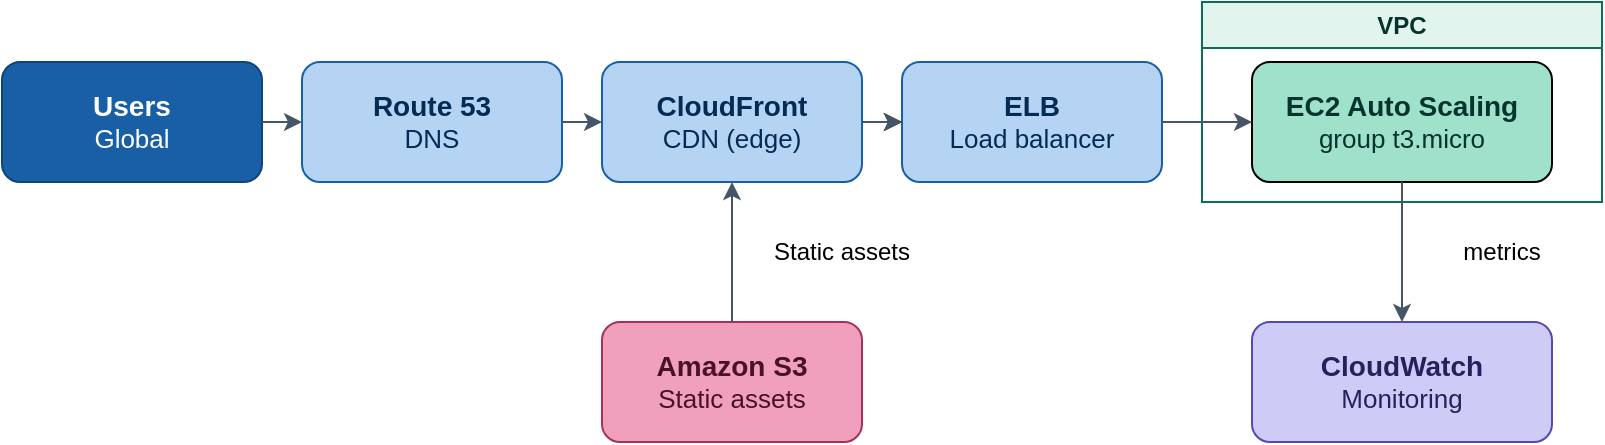
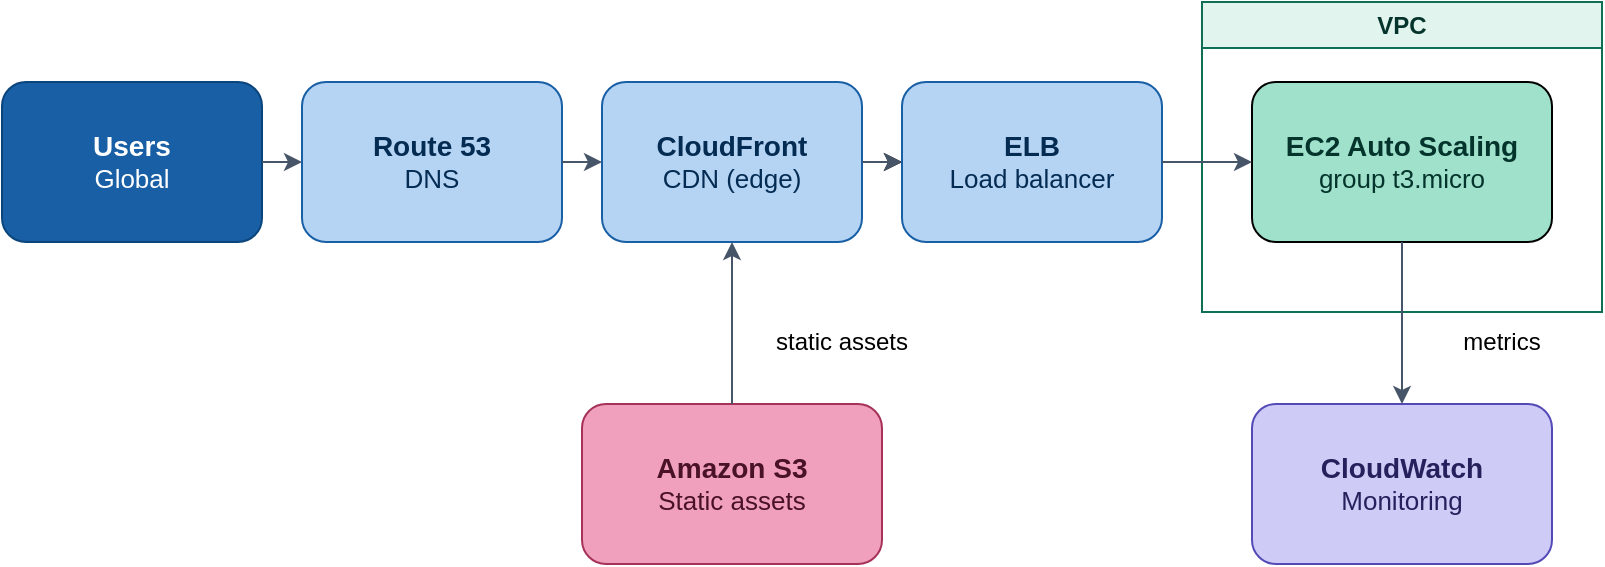
<mxfile host="app.diagrams.net">
  <diagram name="Page-1" id="qIo0-vvSRd3SQ2zAkJ58">
    <mxGraphModel dx="1174" dy="635" grid="1" gridSize="10" guides="1" tooltips="1" connect="1" arrows="1" fold="1" page="1" pageScale="1" pageWidth="850" pageHeight="1100" math="0" shadow="0">
      <root>
        <mxCell id="0" />
        <mxCell id="1" parent="0" />
        <mxCell id="vrJfMla7yYMSqkZjpk2f-6" parent="1" style="rounded=1;whiteSpace=wrap;html=1;fillColor=#B5D4F4;strokeColor=#185FA5;fontColor=#042C53;" value="&lt;div&gt;&lt;font style=&quot;font-size: 14px;&quot;&gt;&lt;b&gt;Route 53&lt;/b&gt;&lt;/font&gt;&lt;/div&gt;&lt;div&gt;&lt;font style=&quot;font-size: 13px;&quot;&gt;DNS&lt;/font&gt;&lt;/div&gt;" vertex="1">
-           <mxGeometry height="60" width="130" x="180" y="290" as="geometry" />
+           <mxGeometry height="80" width="130" x="180" y="280" as="geometry" />
        </mxCell>
        <mxCell id="vrJfMla7yYMSqkZjpk2f-21" edge="1" parent="1" source="vrJfMla7yYMSqkZjpk2f-7" style="edgeStyle=orthogonalEdgeStyle;rounded=0;orthogonalLoop=1;jettySize=auto;html=1;" target="vrJfMla7yYMSqkZjpk2f-8" value="">
          <mxGeometry relative="1" as="geometry" />
        </mxCell>
        <mxCell id="vrJfMla7yYMSqkZjpk2f-7" parent="1" style="rounded=1;whiteSpace=wrap;html=1;fillColor=#B5D4F4;strokeColor=#185FA5;fontColor=#042C53;" value="&lt;div&gt;&lt;b&gt;&lt;font style=&quot;font-size: 14px;&quot;&gt;CloudFront&lt;/font&gt;&lt;/b&gt;&lt;/div&gt;&lt;div&gt;&lt;font style=&quot;font-size: 13px;&quot;&gt;CDN (edge)&lt;/font&gt;&lt;/div&gt;" vertex="1">
-           <mxGeometry height="60" width="130" x="330" y="290" as="geometry" />
+           <mxGeometry height="80" width="130" x="330" y="280" as="geometry" />
        </mxCell>
        <mxCell id="vrJfMla7yYMSqkZjpk2f-8" parent="1" style="rounded=1;whiteSpace=wrap;html=1;fillColor=#B5D4F4;strokeColor=#185FA5;fontColor=#042C53;" value="&lt;div&gt;&lt;font style=&quot;font-size: 14px;&quot;&gt;&lt;b&gt;ELB&lt;/b&gt;&lt;/font&gt;&lt;/div&gt;&lt;div&gt;&lt;font style=&quot;font-size: 13px;&quot;&gt;Load balancer&lt;/font&gt;&lt;/div&gt;" vertex="1">
-           <mxGeometry height="60" width="130" x="480" y="290" as="geometry" />
+           <mxGeometry height="80" width="130" x="480" y="280" as="geometry" />
        </mxCell>
        <mxCell id="vrJfMla7yYMSqkZjpk2f-9" parent="1" style="rounded=1;whiteSpace=wrap;html=1;fillColor=#185FA5;strokeColor=#0C447C;fontColor=#FFFFFF;" value="&lt;div&gt;&lt;b&gt;&lt;font style=&quot;font-size: 14px;&quot;&gt;Users&lt;/font&gt;&lt;/b&gt;&lt;/div&gt;&lt;div&gt;&lt;font style=&quot;font-size: 13px;&quot;&gt;Global&lt;/font&gt;&lt;/div&gt;" vertex="1">
-           <mxGeometry height="60" width="130" x="30" y="290" as="geometry" />
+           <mxGeometry height="80" width="130" x="30" y="280" as="geometry" />
        </mxCell>
        <mxCell id="vrJfMla7yYMSqkZjpk2f-11" parent="1" style="swimlane;whiteSpace=wrap;html=1;fillColor=#E1F5EE;strokeColor=#0F6E56;fontColor=#04342C;" value="VPC" vertex="1">
-           <mxGeometry height="100" width="200" x="630" y="260" as="geometry">
+           <mxGeometry height="155" width="200" x="630" y="240" as="geometry">
            <mxRectangle height="30" width="140" x="190" y="380" as="alternateBounds" />
          </mxGeometry>
        </mxCell>
        <mxCell id="vrJfMla7yYMSqkZjpk2f-12" parent="vrJfMla7yYMSqkZjpk2f-11" style="rounded=1;whiteSpace=wrap;html=1;fillColor=#9FE1CB;fontColor=#04342C;" value="&lt;div&gt;&lt;b&gt;&lt;font style=&quot;font-size: 14px;&quot;&gt;EC2 Auto Scaling&lt;/font&gt;&lt;/b&gt;&lt;/div&gt;&lt;div&gt;&lt;font style=&quot;font-size: 13px;&quot;&gt;group t3.micro&lt;/font&gt;&lt;/div&gt;" vertex="1">
-           <mxGeometry height="60" width="150" x="25" y="30" as="geometry" />
+           <mxGeometry height="80" width="150" x="25" y="40" as="geometry" />
        </mxCell>
        <mxCell id="vrJfMla7yYMSqkZjpk2f-13" parent="1" style="rounded=1;whiteSpace=wrap;html=1;fillColor=#F0A0BC;fontColor=#4A1226;strokeColor=#A63258;" value="&lt;div&gt;&lt;b&gt;&lt;font style=&quot;font-size: 14px;&quot;&gt;Amazon S3&lt;/font&gt;&lt;/b&gt;&lt;/div&gt;&lt;div&gt;&lt;font style=&quot;font-size: 13px;&quot;&gt;Static assets&lt;/font&gt;&lt;/div&gt;" vertex="1">
-           <mxGeometry height="60" width="130" x="330" y="420" as="geometry" />
+           <mxGeometry height="80" width="150" x="320" y="441" as="geometry" />
        </mxCell>
        <mxCell id="vrJfMla7yYMSqkZjpk2f-14" parent="1" style="rounded=1;whiteSpace=wrap;html=1;fillColor=#CECBF6;strokeColor=#534AB7;fontColor=#26215C;" value="&lt;div&gt;&lt;b&gt;&lt;font style=&quot;font-size: 14px;&quot;&gt;CloudWatch&lt;/font&gt;&lt;/b&gt;&lt;/div&gt;&lt;div&gt;&lt;font style=&quot;font-size: 13px;&quot;&gt;Monitoring&lt;/font&gt;&lt;/div&gt;" vertex="1">
-           <mxGeometry height="60" width="150" x="655" y="420" as="geometry" />
+           <mxGeometry height="80" width="150" x="655" y="441" as="geometry" />
        </mxCell>
        <mxCell id="vrJfMla7yYMSqkZjpk2f-15" edge="1" parent="1" source="vrJfMla7yYMSqkZjpk2f-12" style="endArrow=classic;html=1;rounded=0;exitX=0.5;exitY=1;exitDx=0;exitDy=0;entryX=0.5;entryY=0;entryDx=0;entryDy=0;strokeColor=#475569;" target="vrJfMla7yYMSqkZjpk2f-14" value="">
          <mxGeometry height="50" relative="1" width="50" as="geometry">
            <mxPoint x="590" y="410" as="sourcePoint" />
            <mxPoint x="640" y="360" as="targetPoint" />
          </mxGeometry>
        </mxCell>
        <mxCell id="vrJfMla7yYMSqkZjpk2f-16" edge="1" parent="1" source="vrJfMla7yYMSqkZjpk2f-8" style="endArrow=classic;html=1;rounded=0;exitX=1;exitY=0.5;exitDx=0;exitDy=0;entryX=0;entryY=0.5;entryDx=0;entryDy=0;strokeColor=#475569;" target="vrJfMla7yYMSqkZjpk2f-12" value="">
          <mxGeometry height="50" relative="1" width="50" as="geometry">
-             <mxPoint x="480" y="380" as="sourcePoint" />
-             <mxPoint x="480" y="450" as="targetPoint" />
+             <mxPoint x="480" y="390" as="sourcePoint" />
+             <mxPoint x="480" y="460" as="targetPoint" />
          </mxGeometry>
        </mxCell>
        <mxCell id="vrJfMla7yYMSqkZjpk2f-17" edge="1" parent="1" source="vrJfMla7yYMSqkZjpk2f-7" style="endArrow=classic;html=1;rounded=0;exitX=1;exitY=0.5;exitDx=0;exitDy=0;entryX=0;entryY=0.5;entryDx=0;entryDy=0;strokeColor=#475569;" target="vrJfMla7yYMSqkZjpk2f-8" value="">
          <mxGeometry height="50" relative="1" width="50" as="geometry">
-             <mxPoint x="510" y="390" as="sourcePoint" />
-             <mxPoint x="510" y="460" as="targetPoint" />
+             <mxPoint x="510" y="400" as="sourcePoint" />
+             <mxPoint x="510" y="470" as="targetPoint" />
          </mxGeometry>
        </mxCell>
        <mxCell id="vrJfMla7yYMSqkZjpk2f-18" edge="1" parent="1" source="vrJfMla7yYMSqkZjpk2f-6" style="endArrow=classic;html=1;rounded=0;exitX=1;exitY=0.5;exitDx=0;exitDy=0;entryX=0;entryY=0.5;entryDx=0;entryDy=0;strokeColor=#475569;" target="vrJfMla7yYMSqkZjpk2f-7" value="">
          <mxGeometry height="50" relative="1" width="50" as="geometry">
-             <mxPoint x="300" y="390" as="sourcePoint" />
-             <mxPoint x="360" y="390" as="targetPoint" />
+             <mxPoint x="300" y="400" as="sourcePoint" />
+             <mxPoint x="360" y="400" as="targetPoint" />
          </mxGeometry>
        </mxCell>
        <mxCell id="vrJfMla7yYMSqkZjpk2f-19" edge="1" parent="1" source="vrJfMla7yYMSqkZjpk2f-9" style="endArrow=classic;html=1;rounded=0;exitX=1;exitY=0.5;exitDx=0;exitDy=0;entryX=0;entryY=0.5;entryDx=0;entryDy=0;strokeColor=#475569;" target="vrJfMla7yYMSqkZjpk2f-6" value="">
          <mxGeometry height="50" relative="1" width="50" as="geometry">
-             <mxPoint x="250" y="390" as="sourcePoint" />
-             <mxPoint x="270" y="390" as="targetPoint" />
+             <mxPoint x="250" y="400" as="sourcePoint" />
+             <mxPoint x="270" y="400" as="targetPoint" />
          </mxGeometry>
        </mxCell>
        <mxCell id="vrJfMla7yYMSqkZjpk2f-20" edge="1" parent="1" source="vrJfMla7yYMSqkZjpk2f-13" style="endArrow=classic;html=1;rounded=0;exitX=0.5;exitY=0;exitDx=0;exitDy=0;entryX=0.5;entryY=1;entryDx=0;entryDy=0;strokeColor=#475569;" target="vrJfMla7yYMSqkZjpk2f-7" value="">
          <mxGeometry height="50" relative="1" width="50" as="geometry">
            <mxPoint x="500" y="380" as="sourcePoint" />
            <mxPoint x="500" y="450" as="targetPoint" />
          </mxGeometry>
        </mxCell>
-         <mxCell id="vrJfMla7yYMSqkZjpk2f-22" parent="1" style="text;html=1;whiteSpace=wrap;strokeColor=none;fillColor=none;align=center;verticalAlign=middle;rounded=0;" value="Static assets" vertex="1">
-           <mxGeometry height="30" width="100" x="400" y="370" as="geometry" />
+         <mxCell id="vrJfMla7yYMSqkZjpk2f-22" parent="1" style="text;html=1;whiteSpace=wrap;strokeColor=none;fillColor=none;align=center;verticalAlign=middle;rounded=0;" value="static assets" vertex="1">
+           <mxGeometry height="30" width="100" x="400" y="395" as="geometry" />
        </mxCell>
        <mxCell id="vrJfMla7yYMSqkZjpk2f-23" parent="1" style="text;html=1;whiteSpace=wrap;strokeColor=none;fillColor=none;align=center;verticalAlign=middle;rounded=0;" value="metrics" vertex="1">
-           <mxGeometry height="30" width="100" x="730" y="370" as="geometry" />
+           <mxGeometry height="30" width="100" x="730" y="395" as="geometry" />
        </mxCell>
      </root>
    </mxGraphModel>
  </diagram>
</mxfile>
